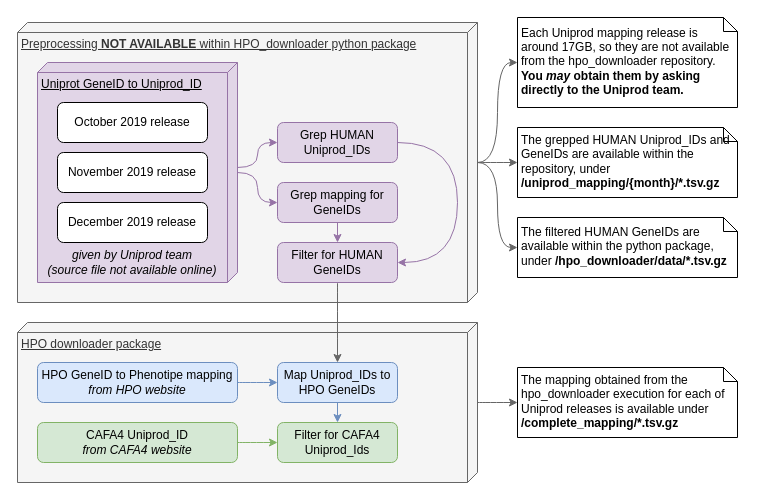
The draw.io diagram HPO downloader.drawio in LucaCappelletti94/hpo_downloader, before the edit. Source tidied: cells renumbered, new cells numbered last; positions are measured from the earlier drawing's top-left corner, leaving out a move shared by most shapes. Both pictures are drawn from the tidied source at 100%, with x=0, y=0 at pixel (17, 17).
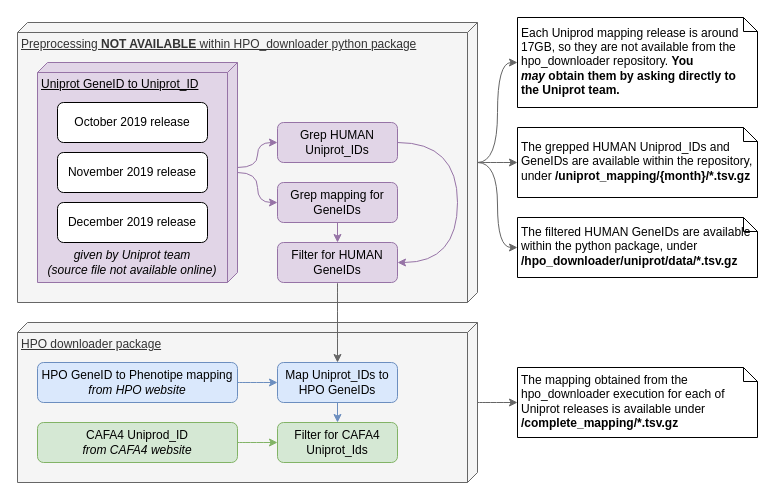
Above is the later version.

What changed in the source:
```diff
@@
-    <mxCell id="12" value="Uniprot GeneID to Uniprod_ID" style="verticalAlign=top;align=left;spacingTop=8;spacingLeft=2;spacingRight=12;shape=cube;size=10;direction=south;fontStyle=4;html=1;fillColor=#e1d5e7;strokeColor=#9673a6;" parent="1" vertex="1">
+    <mxCell id="12" value="Uniprot GeneID to Uniprot_ID" style="verticalAlign=top;align=left;spacingTop=8;spacingLeft=2;spacingRight=12;shape=cube;size=10;direction=south;fontStyle=4;html=1;fillColor=#e1d5e7;strokeColor=#9673a6;" parent="1" vertex="1">
       <mxGeometry x="20" y="45" width="200" height="220" as="geometry" />
     </mxCell>
@@
-    <mxCell id="18" value="&lt;i&gt;given by Uniprod team&lt;br&gt;(source file not available online)&lt;br&gt;&lt;/i&gt;" style="text;html=1;strokeColor=none;fillColor=none;align=center;verticalAlign=middle;whiteSpace=wrap;rounded=0;" parent="1" vertex="1">
+    <mxCell id="18" value="&lt;i&gt;given by Uniprot team&lt;br&gt;(source file not available online)&lt;br&gt;&lt;/i&gt;" style="text;html=1;strokeColor=none;fillColor=none;align=center;verticalAlign=middle;whiteSpace=wrap;rounded=0;" parent="1" vertex="1">
       <mxGeometry x="25" y="235" width="180" height="20" as="geometry" />
     </mxCell>
@@
-    <mxCell id="22" value="Map Uniprod_IDs to HPO GeneIDs" style="rounded=1;whiteSpace=wrap;html=1;fillColor=#dae8fc;strokeColor=#6c8ebf;" parent="1" vertex="1">
+    <mxCell id="22" value="Map Uniprot_IDs to HPO GeneIDs" style="rounded=1;whiteSpace=wrap;html=1;fillColor=#dae8fc;strokeColor=#6c8ebf;" parent="1" vertex="1">
       <mxGeometry x="260" y="345" width="120" height="40" as="geometry" />
     </mxCell>
-    <mxCell id="23" value="Filter for CAFA4 Uniprod_Ids" style="rounded=1;whiteSpace=wrap;html=1;fillColor=#d5e8d4;strokeColor=#82b366;" parent="1" vertex="1">
+    <mxCell id="23" value="Filter for CAFA4 Uniprot_Ids" style="rounded=1;whiteSpace=wrap;html=1;fillColor=#d5e8d4;strokeColor=#82b366;" parent="1" vertex="1">
       <mxGeometry x="260" y="405" width="120" height="40" as="geometry" />
     </mxCell>
@@
-    <mxCell id="25" value="Grep HUMAN Uniprod_IDs" style="rounded=1;whiteSpace=wrap;html=1;fillColor=#e1d5e7;strokeColor=#9673a6;" parent="1" vertex="1">
+    <mxCell id="25" value="Grep HUMAN Uniprot_IDs" style="rounded=1;whiteSpace=wrap;html=1;fillColor=#e1d5e7;strokeColor=#9673a6;" parent="1" vertex="1">
       <mxGeometry x="260" y="105" width="120" height="40" as="geometry" />
     </mxCell>
@@
-    <mxCell id="28" value="Each Uniprod mapping release is around 17GB, so they are not available from the hpo_downloader repository. &lt;b&gt;You &lt;i&gt;may&lt;/i&gt;&amp;nbsp;obtain them by asking directly to the Uniprod team.&lt;/b&gt;" style="shape=note;whiteSpace=wrap;html=1;size=14;verticalAlign=middle;align=left;spacingTop=0;spacingLeft=2;spacingBottom=2;spacingRight=2;" parent="1" vertex="1">
-      <mxGeometry x="500" width="220" height="90" as="geometry" />
+    <mxCell id="28" value="Each Uniprod mapping release is around 17GB, so they are not available from the hpo_downloader repository. &lt;b&gt;You &lt;i&gt;may&lt;/i&gt;&amp;nbsp;obtain them by asking directly to the Uniprot team.&lt;/b&gt;" style="shape=note;whiteSpace=wrap;html=1;size=14;verticalAlign=middle;align=left;spacingTop=0;spacingLeft=2;spacingBottom=2;spacingRight=2;" parent="1" vertex="1">
+      <mxGeometry x="500" width="240" height="90" as="geometry" />
     </mxCell>
-    <mxCell id="29" value="The grepped HUMAN Uniprod_IDs and GeneIDs are available within the repository, under &lt;b&gt;/uniprod_mapping/{month}/*.tsv.gz&lt;/b&gt;" style="shape=note;whiteSpace=wrap;html=1;size=14;verticalAlign=middle;align=left;spacingTop=0;spacingLeft=2;spacingBottom=2;spacingRight=2;" parent="1" vertex="1">
-      <mxGeometry x="500" y="110" width="220" height="70" as="geometry" />
+    <mxCell id="29" value="The grepped HUMAN Uniprod_IDs and GeneIDs are available within the repository, under &lt;b&gt;/uniprot_mapping/{month}/*.tsv.gz&lt;/b&gt;" style="shape=note;whiteSpace=wrap;html=1;size=14;verticalAlign=middle;align=left;spacingTop=0;spacingLeft=2;spacingBottom=2;spacingRight=2;" parent="1" vertex="1">
+      <mxGeometry x="500" y="110" width="240" height="70" as="geometry" />
     </mxCell>
-    <mxCell id="30" value="The filtered HUMAN GeneIDs are available within the python package, under &lt;b&gt;/hpo_downloader/data/*.tsv.gz&lt;/b&gt;" style="shape=note;whiteSpace=wrap;html=1;size=14;verticalAlign=middle;align=left;spacingTop=0;spacingLeft=2;spacingBottom=2;spacingRight=2;" parent="1" vertex="1">
-      <mxGeometry x="500" y="200" width="220" height="60" as="geometry" />
+    <mxCell id="30" value="The filtered HUMAN GeneIDs are available within the python package, under&lt;br&gt;&lt;b&gt;/hpo_downloader/uniprot/data/*.tsv.gz&lt;/b&gt;" style="shape=note;whiteSpace=wrap;html=1;size=14;verticalAlign=middle;align=left;spacingTop=0;spacingLeft=2;spacingBottom=2;spacingRight=2;" parent="1" vertex="1">
+      <mxGeometry x="500" y="200" width="240" height="60" as="geometry" />
     </mxCell>
-    <mxCell id="31" value="The mapping obtained from the hpo_downloader execution for each of Uniprod releases is available under &lt;b&gt;/complete_mapping/*.tsv.gz&lt;/b&gt;" style="shape=note;whiteSpace=wrap;html=1;size=14;verticalAlign=middle;align=left;spacingTop=0;spacingLeft=2;spacingBottom=2;spacingRight=2;" parent="1" vertex="1">
-      <mxGeometry x="500" y="350" width="220" height="70" as="geometry" />
+    <mxCell id="31" value="The mapping obtained from the hpo_downloader execution for each of Uniprot releases is available under &lt;b&gt;/complete_mapping/*.tsv.gz&lt;/b&gt;" style="shape=note;whiteSpace=wrap;html=1;size=14;verticalAlign=middle;align=left;spacingTop=0;spacingLeft=2;spacingBottom=2;spacingRight=2;" parent="1" vertex="1">
+      <mxGeometry x="500" y="350" width="240" height="70" as="geometry" />
     </mxCell>
```
